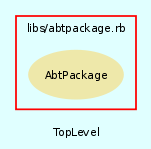
The Graphviz diagram src/trunk/doc/dot/f_1.png in eschabell/abtlinux, before a commit. Its source is kept beside it as src/trunk/doc/dot/f_1.dot. Its diagram source:
```dot
digraph TopLevel {
    compound = true
    bgcolor = lightcyan1
    fontname = Arial
    fontsize = 8
    label = "TopLevel"
    node [
        fontname = Arial,
        fontsize = 8,
        color = black
    ]

    subgraph cluster_2 {
        fontname = Arial
        color = red
        label = "libs/abtpackage.rb"
        AbtPackage [
            fontcolor = black,
            URL = "classes/AbtPackage.html",
            shape = ellipse,
            color = palegoldenrod,
            style = filled,
            label = "AbtPackage"
        ]

    }

}
```
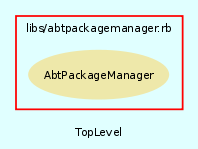
Above is the later version.

Change to the diagram source:
```diff
@@ -13,14 +13,14 @@
     subgraph cluster_2 {
         fontname = Arial
         color = red
-        label = "libs/abtpackage.rb"
-        AbtPackage [
+        label = "libs/abtpackagemanager.rb"
+        AbtPackageManager [
             fontcolor = black,
-            URL = "classes/AbtPackage.html",
+            URL = "classes/AbtPackageManager.html",
             shape = ellipse,
             color = palegoldenrod,
             style = filled,
-            label = "AbtPackage"
+            label = "AbtPackageManager"
         ]
 
     }
```
